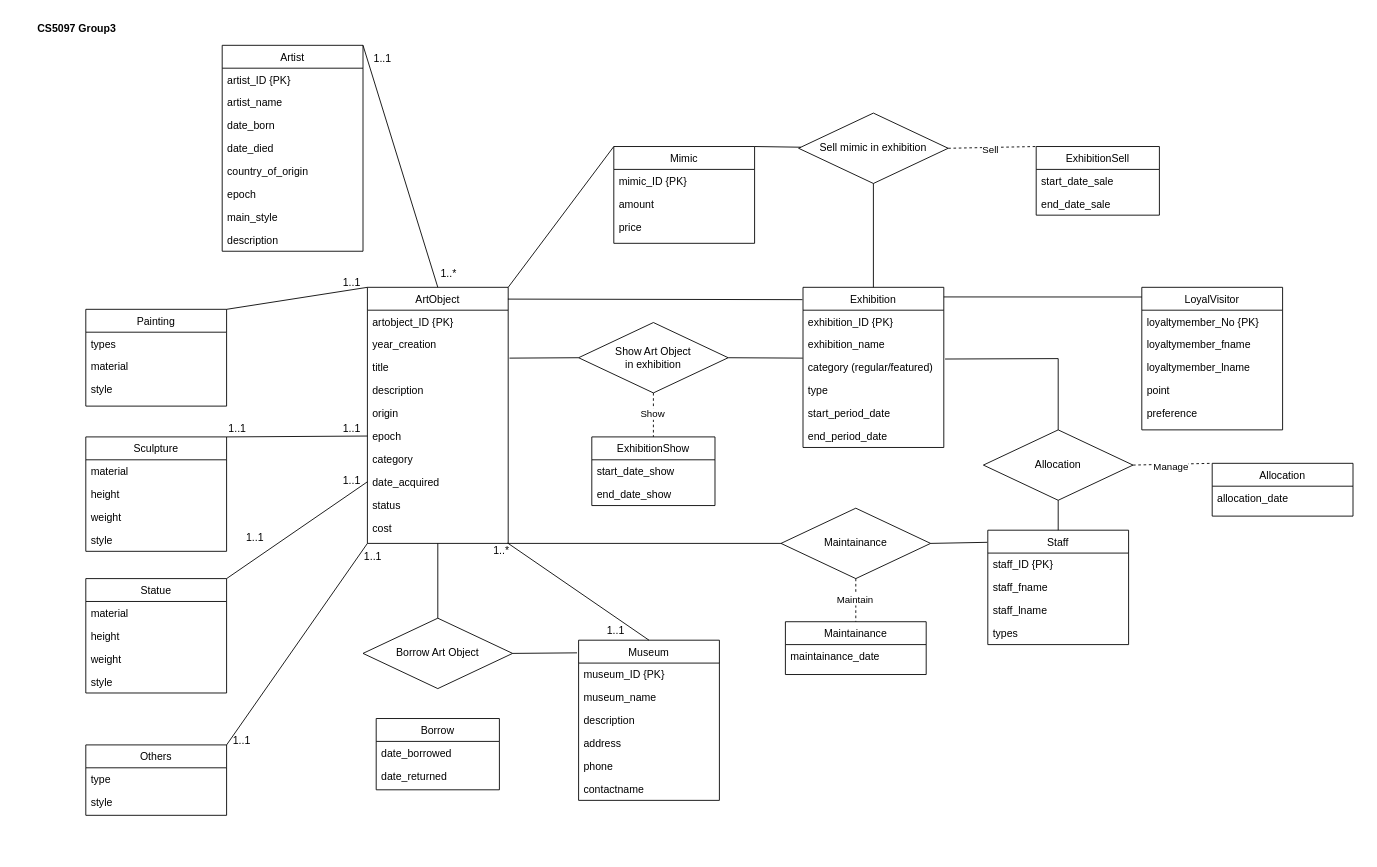
Earlier version of the draw.io diagram GP-A2_Art-Museum_DB_logical-model.drawio (chanokchut/CS5097). Source tidied: cells renumbered, new cells numbered last; positions are measured from the earlier drawing's top-left corner, leaving out a move shared by most shapes. Both pictures are drawn from the tidied source at 88%, with x=0, y=0 at pixel (15, 15).
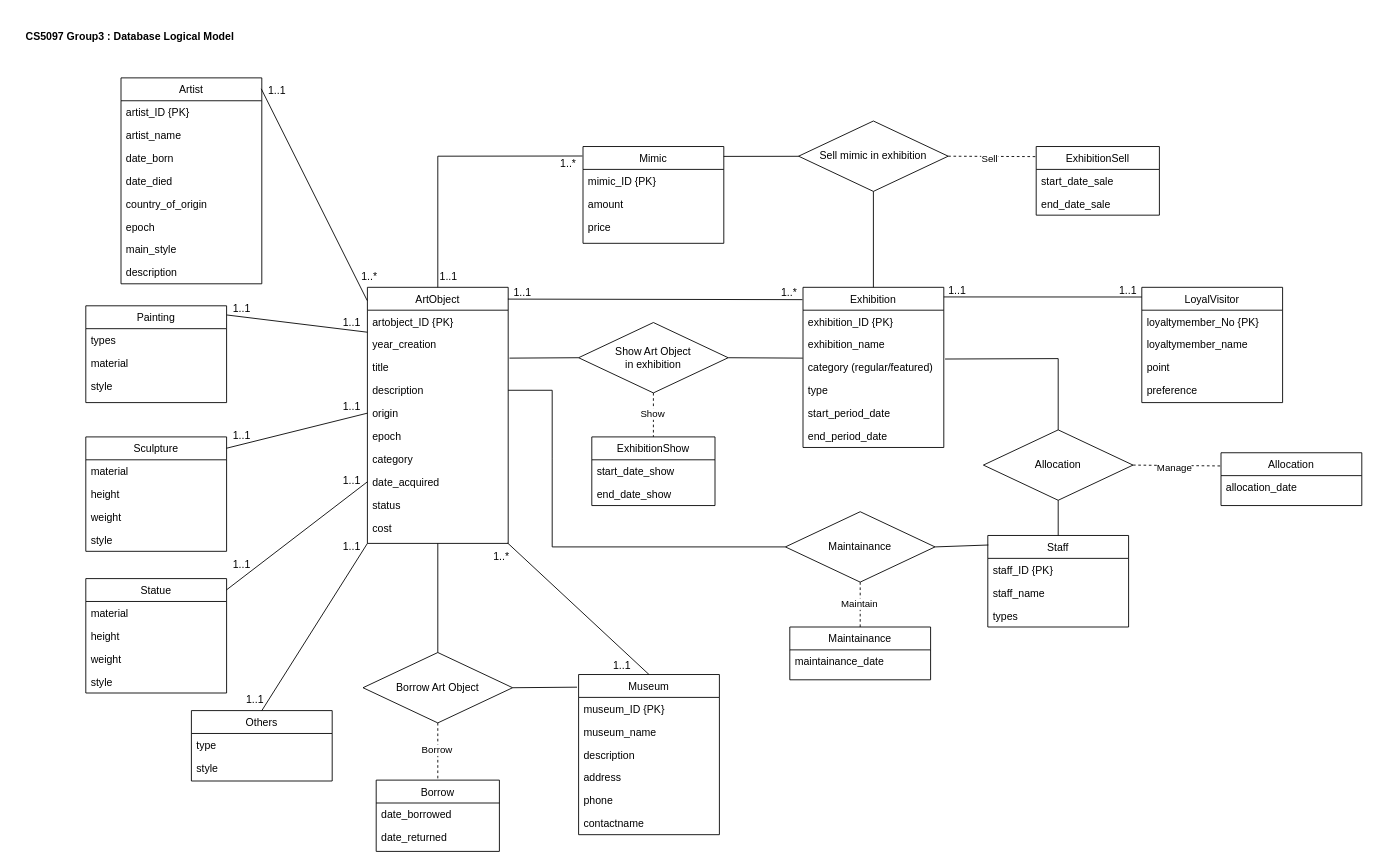
The same diagram, later.

The change refers to these unchanged cells:
```xml
<mxCell id="9" value="ArtObject" style="swimlane;fontStyle=0;align=center;verticalAlign=top;horizontal=1;startSize=26;rounded=0;shadow=0;strokeWidth=1;" parent="1" vertex="1">
  <mxGeometry x="400" y="309" width="160" height="291" as="geometry" />
</mxCell>
<mxCell id="10" value="artobject_ID {PK}" style="text;align=left;verticalAlign=top;spacingLeft=4;spacingRight=4;overflow=hidden;points=[[0,0.5],[1,0.5]];portConstraint=eastwest;" parent="9" vertex="1">
  <mxGeometry y="26" width="160" height="26" as="geometry" />
</mxCell>
<mxCell id="13" value="description" style="text;align=left;verticalAlign=top;spacingLeft=4;spacingRight=4;overflow=hidden;points=[[0,0.5],[1,0.5]];portConstraint=eastwest;" parent="9" vertex="1">
  <mxGeometry y="104" width="160" height="26" as="geometry" />
</mxCell>
<mxCell id="14" value="origin" style="text;align=left;verticalAlign=top;spacingLeft=4;spacingRight=4;overflow=hidden;points=[[0,0.5],[1,0.5]];portConstraint=eastwest;" parent="9" vertex="1">
  <mxGeometry y="130" width="160" height="26" as="geometry" />
</mxCell>
<mxCell id="15" value="epoch" style="text;align=left;verticalAlign=top;spacingLeft=4;spacingRight=4;overflow=hidden;points=[[0,0.5],[1,0.5]];portConstraint=eastwest;" parent="9" vertex="1">
  <mxGeometry y="156" width="160" height="26" as="geometry" />
</mxCell>
<mxCell id="17" value="date_acquired" style="text;align=left;verticalAlign=top;spacingLeft=4;spacingRight=4;overflow=hidden;points=[[0,0.5],[1,0.5]];portConstraint=eastwest;" parent="9" vertex="1">
  <mxGeometry y="208" width="160" height="26" as="geometry" />
</mxCell>
<mxCell id="33" value="Sculpture" style="swimlane;fontStyle=0;align=center;verticalAlign=top;horizontal=1;startSize=26;rounded=0;shadow=0;strokeWidth=1;" parent="1" vertex="1">
  <mxGeometry x="80" y="479" width="160" height="130" as="geometry" />
</mxCell>
<mxCell id="41" value="Statue" style="swimlane;fontStyle=0;align=center;verticalAlign=top;horizontal=1;startSize=26;rounded=0;shadow=0;strokeWidth=1;" parent="1" vertex="1">
  <mxGeometry x="80" y="640" width="160" height="130" as="geometry" />
</mxCell>
<mxCell id="72" value="ExhibitionSell" style="swimlane;fontStyle=0;align=center;verticalAlign=top;horizontal=1;startSize=26;rounded=0;shadow=0;strokeWidth=1;" parent="1" vertex="1">
  <mxGeometry x="1160" y="149" width="140" height="78" as="geometry" />
</mxCell>
<mxCell id="111" value="&lt;span style=&quot;text-wrap-mode: nowrap;&quot;&gt;Allocation&lt;/span&gt;" style="rhombus;whiteSpace=wrap;html=1;" parent="1" vertex="1">
  <mxGeometry x="1100" y="471" width="170" height="80" as="geometry" />
</mxCell>
```

Diff of the diagram source:
```diff
@@
     <mxCell id="2" value="Museum" style="swimlane;fontStyle=0;align=center;verticalAlign=top;horizontal=1;startSize=26;rounded=0;shadow=0;strokeWidth=1;" parent="1" vertex="1">
-      <mxGeometry x="640" y="710" width="160" height="182" as="geometry" />
+      <mxGeometry x="640" y="749" width="160" height="182" as="geometry" />
     </mxCell>
@@
     <mxCell id="20" value="Artist" style="swimlane;fontStyle=0;align=center;verticalAlign=top;horizontal=1;startSize=26;rounded=0;shadow=0;strokeWidth=1;" parent="1" vertex="1">
-      <mxGeometry x="235" y="34" width="160" height="234" as="geometry" />
+      <mxGeometry x="120" y="71" width="160" height="234" as="geometry" />
     </mxCell>
@@
     <mxCell id="29" value="Painting" style="swimlane;fontStyle=0;align=center;verticalAlign=top;horizontal=1;startSize=26;rounded=0;shadow=0;strokeWidth=1;" parent="1" vertex="1">
-      <mxGeometry x="80" y="334" width="160" height="110" as="geometry" />
+      <mxGeometry x="80" y="330" width="160" height="110" as="geometry" />
     </mxCell>
@@
     <mxCell id="38" value="Others" style="swimlane;fontStyle=0;align=center;verticalAlign=top;horizontal=1;startSize=26;rounded=0;shadow=0;strokeWidth=1;" parent="1" vertex="1">
-      <mxGeometry x="80" y="829" width="160" height="80" as="geometry" />
+      <mxGeometry x="200" y="790" width="160" height="80" as="geometry" />
     </mxCell>
@@
     <mxCell id="53" value="Mimic" style="swimlane;fontStyle=0;align=center;verticalAlign=top;horizontal=1;startSize=26;rounded=0;shadow=0;strokeWidth=1;" parent="1" vertex="1">
-      <mxGeometry x="680" y="149" width="160" height="110" as="geometry" />
+      <mxGeometry x="645" y="149" width="160" height="110" as="geometry" />
     </mxCell>
@@
     <mxCell id="57" value="LoyalVisitor" style="swimlane;fontStyle=0;align=center;verticalAlign=top;horizontal=1;startSize=26;rounded=0;shadow=0;strokeWidth=1;" parent="1" vertex="1">
-      <mxGeometry x="1280" y="309" width="160" height="162" as="geometry" />
+      <mxGeometry x="1280" y="309" width="160" height="131" as="geometry" />
     </mxCell>
@@
-    <mxCell id="59" value="loyaltymember_fname" style="text;align=left;verticalAlign=top;spacingLeft=4;spacingRight=4;overflow=hidden;" parent="57" vertex="1">
+    <mxCell id="59" value="loyaltymember_name" style="text;align=left;verticalAlign=top;spacingLeft=4;spacingRight=4;overflow=hidden;" parent="57" vertex="1">
       <mxGeometry y="52" width="160" height="26" as="geometry" />
     </mxCell>
-    <mxCell id="60" value="loyaltymember_lname" style="text;align=left;verticalAlign=top;spacingLeft=4;spacingRight=4;overflow=hidden;" parent="57" vertex="1">
-      <mxGeometry y="78" width="160" height="26" as="geometry" />
-    </mxCell>
     <mxCell id="61" value="point" style="text;align=left;verticalAlign=top;spacingLeft=4;spacingRight=4;overflow=hidden;" parent="57" vertex="1">
-      <mxGeometry y="104" width="160" height="26" as="geometry" />
+      <mxGeometry y="78" width="160" height="26" as="geometry" />
     </mxCell>
     <mxCell id="62" value="preference" style="text;align=left;verticalAlign=top;spacingLeft=4;spacingRight=4;overflow=hidden;" parent="57" vertex="1">
-      <mxGeometry y="130" width="160" height="26" as="geometry" />
+      <mxGeometry y="104" width="160" height="26" as="geometry" />
     </mxCell>
     <mxCell id="63" value="Staff" style="swimlane;fontStyle=0;align=center;verticalAlign=top;horizontal=1;startSize=26;rounded=0;shadow=0;strokeWidth=1;" parent="1" vertex="1">
-      <mxGeometry x="1105" y="585" width="160" height="130" as="geometry" />
+      <mxGeometry x="1105" y="591" width="160" height="104" as="geometry" />
     </mxCell>
@@
-    <mxCell id="65" value="staff_fname" style="text;align=left;verticalAlign=top;spacingLeft=4;spacingRight=4;overflow=hidden;" parent="63" vertex="1">
+    <mxCell id="65" value="staff_name" style="text;align=left;verticalAlign=top;spacingLeft=4;spacingRight=4;overflow=hidden;" parent="63" vertex="1">
       <mxGeometry y="52" width="160" height="26" as="geometry" />
     </mxCell>
-    <mxCell id="66" value="staff_lname" style="text;align=left;verticalAlign=top;spacingLeft=4;spacingRight=4;overflow=hidden;" parent="63" vertex="1">
-      <mxGeometry y="78" width="160" height="26" as="geometry" />
-    </mxCell>
     <mxCell id="67" value="types" style="text;align=left;verticalAlign=top;spacingLeft=4;spacingRight=4;overflow=hidden;" parent="63" vertex="1">
-      <mxGeometry y="104" width="160" height="26" as="geometry" />
+      <mxGeometry y="78" width="160" height="26" as="geometry" />
     </mxCell>
     <mxCell id="68" value="Maintainance" style="swimlane;fontStyle=0;align=center;verticalAlign=top;horizontal=1;startSize=26;rounded=0;shadow=0;strokeWidth=1;" parent="1" vertex="1">
-      <mxGeometry x="875" y="689" width="160" height="60" as="geometry" />
+      <mxGeometry x="880" y="695" width="160" height="60" as="geometry" />
     </mxCell>
@@
     <mxCell id="70" value="Allocation" style="swimlane;fontStyle=0;align=center;verticalAlign=top;horizontal=1;startSize=26;rounded=0;shadow=0;strokeWidth=1;" parent="1" vertex="1">
-      <mxGeometry x="1360" y="509" width="160" height="60" as="geometry" />
+      <mxGeometry x="1370" y="497" width="160" height="60" as="geometry" />
     </mxCell>
@@
-    <mxCell id="75" value="CS5097 Group3" style="text;html=1;align=center;verticalAlign=middle;whiteSpace=wrap;rounded=0;fontStyle=1;" parent="1" vertex="1">
-      <mxGeometry width="140" height="30" as="geometry" />
+    <mxCell id="75" value="CS5097 Group3 : Database Logical Model" style="text;html=1;align=left;verticalAlign=middle;whiteSpace=wrap;rounded=0;fontStyle=1;" parent="1" vertex="1">
+      <mxGeometry x="10" y="10" width="270" height="30" as="geometry" />
     </mxCell>
-    <mxCell id="76" style="endArrow=none;html=1;rounded=0;exitX=1;exitY=0;exitDx=0;exitDy=0;entryX=0.5;entryY=0;entryDx=0;entryDy=0;" parent="1" edge="1" source="20" target="9">
+    <mxCell id="76" style="endArrow=none;html=1;rounded=0;exitX=0.996;exitY=0.053;exitDx=0;exitDy=0;entryX=-0.001;entryY=0.052;entryDx=0;entryDy=0;exitPerimeter=0;entryPerimeter=0;" parent="1" edge="1" source="20" target="9">
       <mxGeometry relative="1" as="geometry" />
     </mxCell>
     <mxCell id="77" value="1..1" style="text;html=1;align=center;verticalAlign=middle;whiteSpace=wrap;rounded=0;" parent="1" vertex="1">
-      <mxGeometry x="395" y="34" width="45" height="30" as="geometry" />
+      <mxGeometry x="275" y="71" width="45" height="30" as="geometry" />
     </mxCell>
     <mxCell id="78" value="1..*" style="text;html=1;align=center;verticalAlign=middle;whiteSpace=wrap;rounded=0;" parent="1" vertex="1">
-      <mxGeometry x="470" y="279" width="45" height="30" as="geometry" />
+      <mxGeometry x="380" y="282" width="45" height="30" as="geometry" />
     </mxCell>
-    <mxCell id="79" style="endArrow=none;html=1;rounded=0;entryX=1;entryY=0;entryDx=0;entryDy=0;exitX=0;exitY=0;exitDx=0;exitDy=0;" parent="1" edge="1" source="9" target="29">
+    <mxCell id="79" style="endArrow=none;html=1;rounded=0;exitX=0;exitY=0.962;exitDx=0;exitDy=0;entryX=1.002;entryY=0.095;entryDx=0;entryDy=0;entryPerimeter=0;exitPerimeter=0;" parent="1" edge="1" source="10" target="29">
       <mxGeometry relative="1" as="geometry" />
     </mxCell>
@@
     <mxCell id="81" value="1..*" style="text;html=1;align=center;verticalAlign=middle;whiteSpace=wrap;rounded=0;" parent="1" vertex="1">
-      <mxGeometry x="530" y="593" width="45" height="30" as="geometry" />
+      <mxGeometry x="530" y="600" width="45" height="30" as="geometry" />
     </mxCell>
-    <mxCell id="82" style="endArrow=none;html=1;rounded=0;entryX=1;entryY=0;entryDx=0;entryDy=0;exitX=0;exitY=0.5;exitDx=0;exitDy=0;" parent="1" edge="1" source="15" target="33">
+    <mxCell id="82" style="endArrow=none;html=1;rounded=0;entryX=0.999;entryY=0.099;entryDx=0;entryDy=0;entryPerimeter=0;exitX=0;exitY=0.5;exitDx=0;exitDy=0;" parent="1" edge="1" source="14" target="33">
       <mxGeometry relative="1" as="geometry" />
     </mxCell>
-    <mxCell id="83" style="endArrow=none;html=1;rounded=0;entryX=1;entryY=0;entryDx=0;entryDy=0;exitX=0;exitY=0.5;exitDx=0;exitDy=0;" parent="1" edge="1" source="17" target="41">
+    <mxCell id="83" style="endArrow=none;html=1;rounded=0;entryX=0.999;entryY=0.099;entryDx=0;entryDy=0;exitX=0;exitY=0.5;exitDx=0;exitDy=0;entryPerimeter=0;" parent="1" edge="1" source="17" target="41">
       <mxGeometry relative="1" as="geometry" />
     </mxCell>
-    <mxCell id="84" style="endArrow=none;html=1;rounded=0;entryX=1;entryY=0;entryDx=0;entryDy=0;exitX=0;exitY=1;exitDx=0;exitDy=0;" parent="1" edge="1" source="9" target="38">
+    <mxCell id="84" style="endArrow=none;html=1;rounded=0;entryX=0.5;entryY=0;entryDx=0;entryDy=0;exitX=0;exitY=1;exitDx=0;exitDy=0;" parent="1" edge="1" source="9" target="38">
       <mxGeometry relative="1" as="geometry" />
     </mxCell>
     <mxCell id="85" value="1..1" style="text;html=1;align=center;verticalAlign=middle;whiteSpace=wrap;rounded=0;" parent="1" vertex="1">
-      <mxGeometry x="230" y="455" width="45" height="30" as="geometry" />
+      <mxGeometry x="235" y="463" width="45" height="30" as="geometry" />
     </mxCell>
     <mxCell id="86" value="1..1" style="text;html=1;align=center;verticalAlign=middle;whiteSpace=wrap;rounded=0;" parent="1" vertex="1">
-      <mxGeometry x="250" y="579" width="45" height="30" as="geometry" />
+      <mxGeometry x="235" y="610" width="45" height="30" as="geometry" />
     </mxCell>
     <mxCell id="87" value="1..1" style="text;html=1;align=center;verticalAlign=middle;whiteSpace=wrap;rounded=0;" parent="1" vertex="1">
-      <mxGeometry x="660" y="685" width="45" height="30" as="geometry" />
+      <mxGeometry x="667" y="724" width="45" height="30" as="geometry" />
     </mxCell>
     <mxCell id="88" value="1..1" style="text;html=1;align=center;verticalAlign=middle;whiteSpace=wrap;rounded=0;" parent="1" vertex="1">
-      <mxGeometry x="235" y="810" width="45" height="30" as="geometry" />
+      <mxGeometry x="249.5" y="763" width="45" height="30" as="geometry" />
     </mxCell>
     <mxCell id="89" value="1..1" style="text;html=1;align=center;verticalAlign=middle;whiteSpace=wrap;rounded=0;" parent="1" vertex="1">
-      <mxGeometry x="360" y="289" width="45" height="30" as="geometry" />
+      <mxGeometry x="235" y="319" width="45" height="30" as="geometry" />
     </mxCell>
@@
     <mxCell id="91" value="1..1" style="text;html=1;align=center;verticalAlign=middle;whiteSpace=wrap;rounded=0;" parent="1" vertex="1">
-      <mxGeometry x="360" y="455" width="45" height="30" as="geometry" />
+      <mxGeometry x="360" y="430" width="45" height="30" as="geometry" />
     </mxCell>
     <mxCell id="92" value="1..1" style="text;html=1;align=center;verticalAlign=middle;whiteSpace=wrap;rounded=0;" parent="1" vertex="1">
-      <mxGeometry x="384" y="600" width="45" height="30" as="geometry" />
+      <mxGeometry x="360" y="589" width="45" height="30" as="geometry" />
     </mxCell>
     <mxCell id="93" value="&lt;span style=&quot;text-wrap-mode: nowrap;&quot;&gt;Sell mimic in exhibition&lt;/span&gt;" style="rhombus;whiteSpace=wrap;html=1;" parent="1" vertex="1">
-      <mxGeometry x="890" y="111" width="170" height="80" as="geometry" />
+      <mxGeometry x="890" y="120" width="170" height="80" as="geometry" />
     </mxCell>
-    <mxCell id="94" style="endArrow=none;html=1;rounded=0;entryX=1;entryY=0;entryDx=0;entryDy=0;exitX=0;exitY=0;exitDx=0;exitDy=0;" parent="1" edge="1" source="53" target="9">
-      <mxGeometry relative="1" as="geometry" />
+    <mxCell id="94" style="endArrow=none;html=1;rounded=0;entryX=0.5;entryY=0;entryDx=0;entryDy=0;exitX=-0.004;exitY=0.098;exitDx=0;exitDy=0;exitPerimeter=0;" parent="1" edge="1" source="53" target="9">
+      <mxGeometry relative="1" as="geometry">
+        <Array as="points">
+          <mxPoint x="480" y="160" />
+        </Array>
+      </mxGeometry>
     </mxCell>
-    <mxCell id="95" style="endArrow=none;html=1;rounded=0;entryX=0;entryY=0;entryDx=0;entryDy=0;exitX=1;exitY=0.5;exitDx=0;exitDy=0;dashed=1;" parent="1" edge="1" source="93" target="72">
+    <mxCell id="95" style="endArrow=none;html=1;rounded=0;exitX=1;exitY=0.5;exitDx=0;exitDy=0;dashed=1;entryX=0;entryY=0.147;entryDx=0;entryDy=0;entryPerimeter=0;" parent="1" edge="1" source="93" target="72">
       <mxGeometry relative="1" as="geometry" />
     </mxCell>
@@
-    <mxCell id="98" style="endArrow=none;html=1;rounded=0;entryX=1;entryY=0;entryDx=0;entryDy=0;" parent="1" edge="1" source="93" target="53">
+    <mxCell id="98" style="endArrow=none;html=1;rounded=0;entryX=0.999;entryY=0.102;entryDx=0;entryDy=0;entryPerimeter=0;" parent="1" edge="1" source="93" target="53">
       <mxGeometry relative="1" as="geometry" />
     </mxCell>
@@
     <mxCell id="109" value="&lt;span style=&quot;text-wrap-mode: nowrap;&quot;&gt;Maintainance&lt;/span&gt;" style="rhombus;whiteSpace=wrap;html=1;" parent="1" vertex="1">
-      <mxGeometry x="870" y="560" width="170" height="80" as="geometry" />
+      <mxGeometry x="875" y="564" width="170" height="80" as="geometry" />
     </mxCell>
-    <mxCell id="110" style="endArrow=none;html=1;rounded=0;exitX=0;exitY=0.5;exitDx=0;exitDy=0;entryX=1;entryY=1;entryDx=0;entryDy=0;" parent="1" edge="1" source="109" target="9">
-      <mxGeometry relative="1" as="geometry" />
+    <mxCell id="110" style="endArrow=none;html=1;rounded=0;exitX=0;exitY=0.5;exitDx=0;exitDy=0;entryX=1;entryY=0.5;entryDx=0;entryDy=0;" parent="1" edge="1" source="109" target="13">
+      <mxGeometry relative="1" as="geometry">
+        <Array as="points">
+          <mxPoint x="610" y="604" />
+          <mxPoint x="610" y="504" />
+          <mxPoint x="610" y="426" />
+        </Array>
+      </mxGeometry>
     </mxCell>
@@
-    <mxCell id="114" style="endArrow=none;html=1;rounded=0;exitX=-0.004;exitY=0.106;exitDx=0;exitDy=0;entryX=1;entryY=0.5;entryDx=0;entryDy=0;exitPerimeter=0;" parent="1" edge="1" source="63" target="109">
+    <mxCell id="114" style="endArrow=none;html=1;rounded=0;exitX=0.004;exitY=0.104;exitDx=0;exitDy=0;entryX=1;entryY=0.5;entryDx=0;entryDy=0;exitPerimeter=0;" parent="1" edge="1" source="63" target="109">
       <mxGeometry relative="1" as="geometry" />
     </mxCell>
@@
-    <mxCell id="117" style="endArrow=none;html=1;rounded=0;entryX=0;entryY=0;entryDx=0;entryDy=0;exitX=1;exitY=0.5;exitDx=0;exitDy=0;dashed=1;" parent="1" edge="1" source="111" target="70">
+    <mxCell id="117" style="endArrow=none;html=1;rounded=0;entryX=0;entryY=0.25;entryDx=0;entryDy=0;exitX=1;exitY=0.5;exitDx=0;exitDy=0;dashed=1;" parent="1" edge="1" source="111" target="70">
       <mxGeometry relative="1" as="geometry" />
     </mxCell>
@@
     <mxCell id="119" value="&lt;span style=&quot;text-wrap-mode: nowrap;&quot;&gt;Borrow Art Object&lt;/span&gt;" style="rhombus;whiteSpace=wrap;html=1;" parent="1" vertex="1">
-      <mxGeometry x="395" y="685" width="170" height="80" as="geometry" />
+      <mxGeometry x="395" y="724" width="170" height="80" as="geometry" />
     </mxCell>
     <mxCell id="120" value="Borrow" style="swimlane;fontStyle=0;align=center;verticalAlign=top;horizontal=1;startSize=26;rounded=0;shadow=0;strokeWidth=1;" parent="1" vertex="1">
-      <mxGeometry x="410" y="799" width="140" height="81" as="geometry" />
+      <mxGeometry x="410" y="869" width="140" height="81" as="geometry" />
     </mxCell>
@@
+    <mxCell id="125" value="1..1" style="text;html=1;align=center;verticalAlign=middle;whiteSpace=wrap;rounded=0;" parent="1" vertex="1">
+      <mxGeometry x="360" y="334" width="45" height="30" as="geometry" />
+    </mxCell>
+    <mxCell id="126" style="endArrow=none;html=1;rounded=0;entryX=0.5;entryY=0;entryDx=0;entryDy=0;exitX=0.5;exitY=1;exitDx=0;exitDy=0;dashed=1;" parent="1" edge="1" source="119" target="120">
+      <mxGeometry relative="1" as="geometry" />
+    </mxCell>
+    <mxCell id="127" value="Borrow" style="edgeLabel;html=1;align=center;verticalAlign=middle;" parent="126" vertex="1">
+      <mxGeometry x="-0.07" y="-2" relative="1" as="geometry" />
+    </mxCell>
+    <mxCell id="128" value="1..1" style="text;html=1;align=center;verticalAlign=middle;whiteSpace=wrap;rounded=0;" parent="1" vertex="1">
+      <mxGeometry x="554" y="300" width="45" height="30" as="geometry" />
+    </mxCell>
+    <mxCell id="129" value="1..*" style="text;html=1;align=center;verticalAlign=middle;whiteSpace=wrap;rounded=0;" parent="1" vertex="1">
+      <mxGeometry x="857" y="300" width="45" height="30" as="geometry" />
+    </mxCell>
+    <mxCell id="130" value="1..1" style="text;html=1;align=center;verticalAlign=middle;whiteSpace=wrap;rounded=0;" parent="1" vertex="1">
+      <mxGeometry x="470" y="282" width="45" height="30" as="geometry" />
+    </mxCell>
+    <mxCell id="131" value="1..*" style="text;html=1;align=center;verticalAlign=middle;whiteSpace=wrap;rounded=0;" parent="1" vertex="1">
+      <mxGeometry x="606" y="154" width="45" height="30" as="geometry" />
+    </mxCell>
+    <mxCell id="132" value="1..1" style="text;html=1;align=center;verticalAlign=middle;whiteSpace=wrap;rounded=0;" parent="1" vertex="1">
+      <mxGeometry x="1048" y="298" width="45" height="30" as="geometry" />
+    </mxCell>
+    <mxCell id="133" value="1..1" style="text;html=1;align=center;verticalAlign=middle;whiteSpace=wrap;rounded=0;" parent="1" vertex="1">
+      <mxGeometry x="1242" y="298" width="45" height="30" as="geometry" />
+    </mxCell>
```
